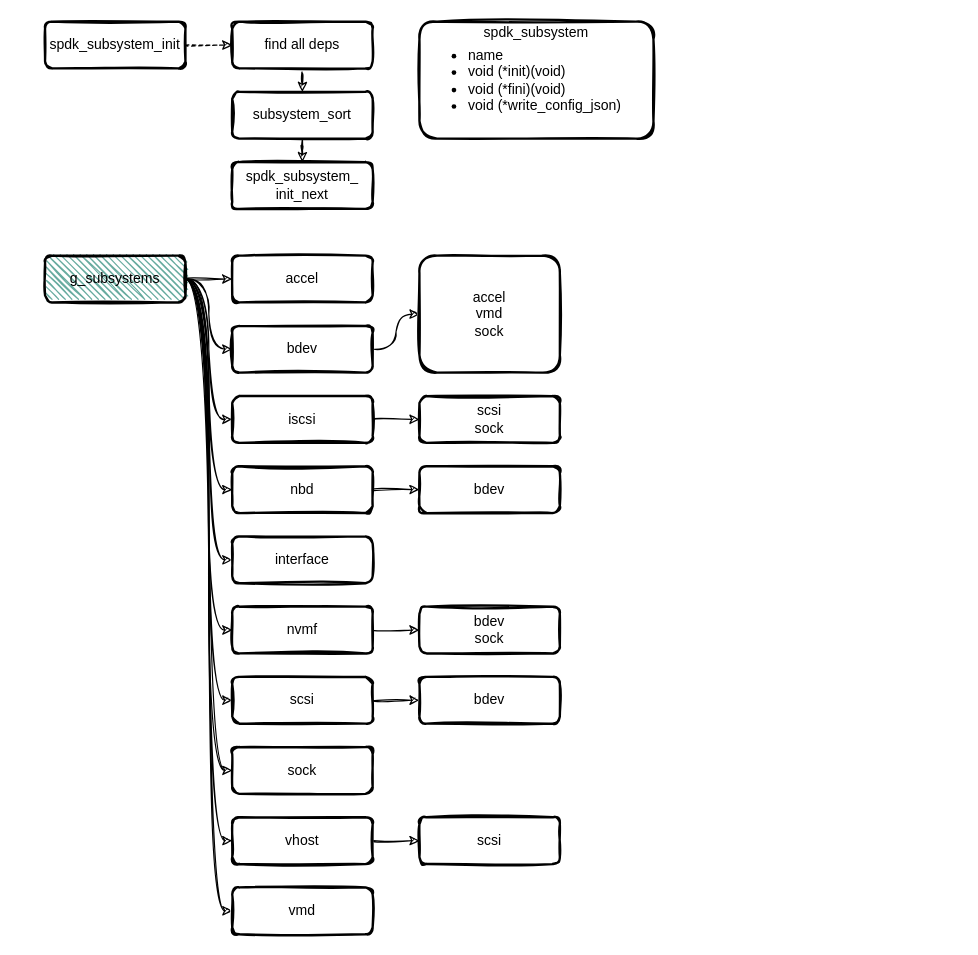
Before: page "subsystem" (5 of 5) of spdk/spdk.drawio in EarthWind/deeparch, a draw.io diagram. Source tidied: cells renumbered, new cells numbered last; positions are measured from the earlier drawing's top-left corner, leaving out a move shared by most shapes. Both pictures are drawn from the tidied source at 117%, with x=0, y=0 at pixel (44, 21).
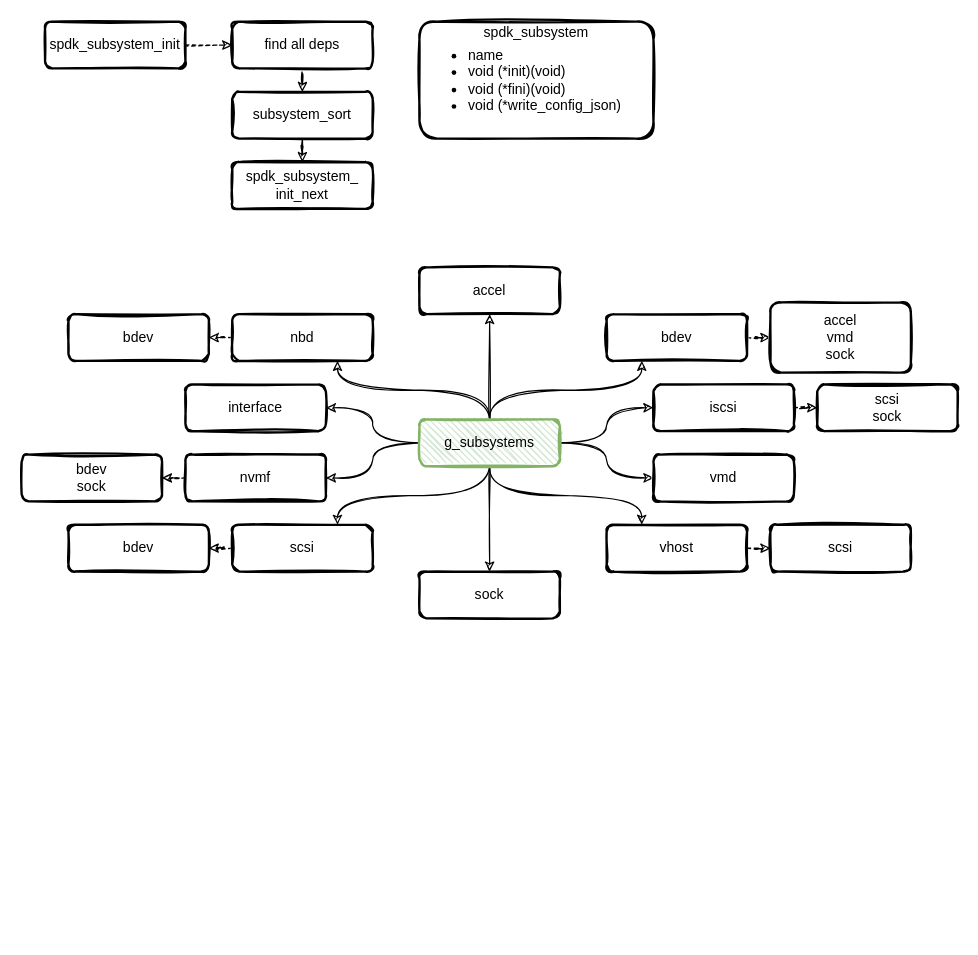
After the change.

The edit, as a diff of the source:
```diff
@@
-    <mxCell id="12" style="edgeStyle=orthogonalEdgeStyle;curved=1;rounded=0;sketch=1;jettySize=auto;html=1;fontSize=12;fontColor=#000000;" parent="1" edge="1" source="22" target="23">
-      <mxGeometry relative="1" as="geometry" />
-    </mxCell>
-    <mxCell id="13" style="edgeStyle=orthogonalEdgeStyle;curved=1;rounded=0;sketch=1;jettySize=auto;html=1;entryX=0;entryY=0.5;entryDx=0;entryDy=0;fontSize=12;fontColor=#000000;" parent="1" edge="1" source="22" target="25">
-      <mxGeometry relative="1" as="geometry" />
-    </mxCell>
-    <mxCell id="14" style="edgeStyle=orthogonalEdgeStyle;curved=1;rounded=0;sketch=1;jettySize=auto;html=1;entryX=0;entryY=0.5;entryDx=0;entryDy=0;fontSize=12;fontColor=#000000;" parent="1" edge="1" source="22" target="27">
-      <mxGeometry relative="1" as="geometry" />
-    </mxCell>
-    <mxCell id="15" style="edgeStyle=orthogonalEdgeStyle;curved=1;rounded=0;sketch=1;jettySize=auto;html=1;entryX=0;entryY=0.5;entryDx=0;entryDy=0;fontSize=12;fontColor=#000000;" parent="1" edge="1" source="22" target="31">
-      <mxGeometry relative="1" as="geometry" />
-    </mxCell>
-    <mxCell id="16" style="edgeStyle=orthogonalEdgeStyle;curved=1;rounded=0;sketch=1;jettySize=auto;html=1;entryX=0;entryY=0.5;entryDx=0;entryDy=0;fontSize=12;fontColor=#000000;" parent="1" edge="1" source="22" target="33">
-      <mxGeometry relative="1" as="geometry" />
-    </mxCell>
-    <mxCell id="17" style="edgeStyle=orthogonalEdgeStyle;curved=1;rounded=0;sketch=1;jettySize=auto;html=1;entryX=0;entryY=0.5;entryDx=0;entryDy=0;fontSize=12;fontColor=#000000;" parent="1" edge="1" source="22" target="35">
-      <mxGeometry relative="1" as="geometry" />
-    </mxCell>
-    <mxCell id="18" style="edgeStyle=orthogonalEdgeStyle;curved=1;rounded=0;sketch=1;jettySize=auto;html=1;entryX=0;entryY=0.5;entryDx=0;entryDy=0;fontSize=12;fontColor=#000000;" parent="1" edge="1" source="22" target="38">
-      <mxGeometry relative="1" as="geometry" />
-    </mxCell>
-    <mxCell id="19" style="edgeStyle=orthogonalEdgeStyle;curved=1;rounded=0;sketch=1;jettySize=auto;html=1;entryX=0;entryY=0.5;entryDx=0;entryDy=0;fontSize=12;fontColor=#000000;" parent="1" edge="1" source="22" target="40">
+    <mxCell id="19" style="edgeStyle=orthogonalEdgeStyle;curved=1;rounded=0;sketch=1;jettySize=auto;html=1;entryX=0.5;entryY=0;entryDx=0;entryDy=0;startArrow=none;startFill=0;" parent="1" edge="1" source="22" target="40">
       <mxGeometry relative="1" as="geometry" />
     </mxCell>
-    <mxCell id="20" style="edgeStyle=orthogonalEdgeStyle;curved=1;rounded=0;sketch=1;jettySize=auto;html=1;entryX=0;entryY=0.5;entryDx=0;entryDy=0;fontSize=12;fontColor=#000000;" parent="1" edge="1" source="22" target="42">
+    <mxCell id="20" style="edgeStyle=orthogonalEdgeStyle;curved=1;rounded=0;sketch=1;jettySize=auto;html=1;entryX=0.25;entryY=0;entryDx=0;entryDy=0;startArrow=none;startFill=0;exitX=0.5;exitY=1;exitDx=0;exitDy=0;" parent="1" edge="1" source="22" target="42">
       <mxGeometry relative="1" as="geometry" />
     </mxCell>
+    <mxCell id="18" style="edgeStyle=orthogonalEdgeStyle;curved=1;rounded=0;sketch=1;jettySize=auto;html=1;entryX=0.75;entryY=0;entryDx=0;entryDy=0;startArrow=none;startFill=0;exitX=0.5;exitY=1;exitDx=0;exitDy=0;" parent="1" edge="1" source="22" target="38">
+      <mxGeometry relative="1" as="geometry" />
+    </mxCell>
-    <mxCell id="21" style="edgeStyle=orthogonalEdgeStyle;curved=1;rounded=0;sketch=1;jettySize=auto;html=1;entryX=0;entryY=0.5;entryDx=0;entryDy=0;fontSize=12;fontColor=#000000;" parent="1" edge="1" source="22" target="44">
+    <mxCell id="21" style="edgeStyle=orthogonalEdgeStyle;curved=1;rounded=0;sketch=1;jettySize=auto;html=1;entryX=0;entryY=0.5;entryDx=0;entryDy=0;startArrow=none;startFill=0;" parent="1" edge="1" source="22" target="44">
       <mxGeometry relative="1" as="geometry" />
     </mxCell>
+    <mxCell id="14" style="edgeStyle=orthogonalEdgeStyle;curved=1;rounded=0;sketch=1;jettySize=auto;html=1;entryX=0;entryY=0.5;entryDx=0;entryDy=0;startArrow=none;startFill=0;" parent="1" edge="1" source="22" target="27">
+      <mxGeometry relative="1" as="geometry" />
+    </mxCell>
+    <mxCell id="17" style="edgeStyle=orthogonalEdgeStyle;curved=1;rounded=0;sketch=1;jettySize=auto;html=1;entryX=1;entryY=0.5;entryDx=0;entryDy=0;startArrow=none;startFill=0;" parent="1" edge="1" source="22" target="35">
+      <mxGeometry relative="1" as="geometry" />
+    </mxCell>
+    <mxCell id="16" style="edgeStyle=orthogonalEdgeStyle;curved=1;rounded=0;sketch=1;jettySize=auto;html=1;entryX=1;entryY=0.5;entryDx=0;entryDy=0;startArrow=none;startFill=0;" parent="1" edge="1" source="22" target="33">
+      <mxGeometry relative="1" as="geometry" />
+    </mxCell>
+    <mxCell id="13" style="edgeStyle=orthogonalEdgeStyle;curved=1;rounded=0;sketch=1;jettySize=auto;html=1;entryX=0.25;entryY=1;entryDx=0;entryDy=0;startArrow=none;startFill=0;exitX=0.5;exitY=0;exitDx=0;exitDy=0;" parent="1" edge="1" source="22" target="25">
+      <mxGeometry relative="1" as="geometry" />
+    </mxCell>
+    <mxCell id="45" style="edgeStyle=orthogonalEdgeStyle;curved=1;rounded=0;sketch=1;jettySize=auto;html=1;entryX=0.75;entryY=1;entryDx=0;entryDy=0;startArrow=none;startFill=0;exitX=0.5;exitY=0;exitDx=0;exitDy=0;" parent="1" edge="1" source="22" target="32">
+      <mxGeometry relative="1" as="geometry" />
+    </mxCell>
+    <mxCell id="12" style="edgeStyle=orthogonalEdgeStyle;curved=1;rounded=0;sketch=1;jettySize=auto;html=1;entryX=0.5;entryY=1;entryDx=0;entryDy=0;startArrow=none;startFill=0;" parent="1" edge="1" source="22" target="23">
+      <mxGeometry relative="1" as="geometry" />
+    </mxCell>
-    <mxCell id="22" value="g_subsystems" style="rounded=1;whiteSpace=wrap;html=1;strokeWidth=2;fillWeight=1;hachureGap=4;hachureAngle=45;sketch=1;fillColor=#67AB9F;" parent="1" vertex="1">
-      <mxGeometry y="200" width="120" height="40" as="geometry" />
+    <mxCell id="22" value="g_subsystems" style="rounded=1;whiteSpace=wrap;html=1;strokeWidth=2;fillWeight=1;hachureGap=4;hachureAngle=45;sketch=1;fillColor=#d5e8d4;strokeColor=#82b366;" parent="1" vertex="1">
+      <mxGeometry x="320" y="340" width="120" height="40" as="geometry" />
     </mxCell>
     <mxCell id="23" value="&lt;font face=&quot;helvetica&quot;&gt;accel&lt;/font&gt;" style="rounded=1;whiteSpace=wrap;html=1;strokeWidth=2;fillWeight=4;hachureGap=8;hachureAngle=45;sketch=1;fillColor=#FFFFFF;" parent="1" vertex="1">
-      <mxGeometry x="160" y="200" width="120" height="40" as="geometry" />
+      <mxGeometry x="320" y="210" width="120" height="40" as="geometry" />
     </mxCell>
-    <mxCell id="24" style="edgeStyle=orthogonalEdgeStyle;curved=1;rounded=0;sketch=1;jettySize=auto;html=1;fontSize=12;fontColor=#000000;" parent="1" edge="1" source="25" target="28">
+    <mxCell id="24" style="edgeStyle=orthogonalEdgeStyle;curved=1;rounded=0;sketch=1;jettySize=auto;html=1;fontSize=12;fontColor=#000000;dashed=1;" parent="1" edge="1" source="25" target="28">
       <mxGeometry relative="1" as="geometry" />
     </mxCell>
     <mxCell id="25" value="&lt;font face=&quot;helvetica&quot;&gt;bdev&lt;/font&gt;" style="rounded=1;whiteSpace=wrap;html=1;strokeWidth=2;fillWeight=4;hachureGap=8;hachureAngle=45;sketch=1;fillColor=#FFFFFF;" parent="1" vertex="1">
-      <mxGeometry x="160" y="260" width="120" height="40" as="geometry" />
+      <mxGeometry x="480" y="250" width="120" height="40" as="geometry" />
     </mxCell>
-    <mxCell id="26" style="edgeStyle=orthogonalEdgeStyle;curved=1;rounded=0;sketch=1;jettySize=auto;html=1;entryX=0;entryY=0.5;entryDx=0;entryDy=0;fontSize=12;fontColor=#000000;" parent="1" edge="1" source="27" target="29">
+    <mxCell id="26" style="edgeStyle=orthogonalEdgeStyle;curved=1;rounded=0;sketch=1;jettySize=auto;html=1;entryX=0;entryY=0.5;entryDx=0;entryDy=0;fontSize=12;fontColor=#000000;dashed=1;" parent="1" edge="1" source="27" target="29">
       <mxGeometry relative="1" as="geometry" />
     </mxCell>
     <mxCell id="27" value="&lt;font face=&quot;helvetica&quot;&gt;iscsi&lt;/font&gt;" style="rounded=1;whiteSpace=wrap;html=1;strokeWidth=2;fillWeight=4;hachureGap=8;hachureAngle=45;sketch=1;fillColor=#FFFFFF;" parent="1" vertex="1">
-      <mxGeometry x="160" y="320" width="120" height="40" as="geometry" />
+      <mxGeometry x="520" y="310" width="120" height="40" as="geometry" />
     </mxCell>
     <mxCell id="28" value="accel&lt;br&gt;vmd&lt;br&gt;sock" style="rounded=1;whiteSpace=wrap;html=1;strokeWidth=2;fillWeight=4;hachureGap=8;hachureAngle=45;sketch=1;fillColor=#FFFFFF;" parent="1" vertex="1">
-      <mxGeometry x="320" y="200" width="120" height="100" as="geometry" />
+      <mxGeometry x="620" y="240" width="120" height="60" as="geometry" />
     </mxCell>
     <mxCell id="29" value="scsi&lt;br&gt;sock" style="rounded=1;whiteSpace=wrap;html=1;strokeWidth=2;fillWeight=4;hachureGap=8;hachureAngle=45;sketch=1;fillColor=#FFFFFF;" parent="1" vertex="1">
-      <mxGeometry x="320" y="320" width="120" height="40" as="geometry" />
+      <mxGeometry x="660" y="310" width="120" height="40" as="geometry" />
     </mxCell>
-    <mxCell id="30" style="edgeStyle=orthogonalEdgeStyle;curved=1;rounded=0;sketch=1;jettySize=auto;html=1;fontSize=12;fontColor=#000000;" parent="1" edge="1" source="31" target="32">
-      <mxGeometry relative="1" as="geometry" />
-    </mxCell>
-    <mxCell id="31" value="&lt;font face=&quot;helvetica&quot;&gt;nbd&lt;/font&gt;" style="rounded=1;whiteSpace=wrap;html=1;strokeWidth=2;fillWeight=4;hachureGap=8;hachureAngle=45;sketch=1;fillColor=#FFFFFF;" parent="1" vertex="1">
-      <mxGeometry x="160" y="380" width="120" height="40" as="geometry" />
+    <mxCell id="31" value="&lt;font face=&quot;helvetica&quot;&gt;bdev&lt;/font&gt;" style="rounded=1;whiteSpace=wrap;html=1;strokeWidth=2;fillWeight=4;hachureGap=8;hachureAngle=45;sketch=1;fillColor=#FFFFFF;" parent="1" vertex="1">
+      <mxGeometry x="20" y="250" width="120" height="40" as="geometry" />
     </mxCell>
+    <mxCell id="46" style="edgeStyle=orthogonalEdgeStyle;curved=1;rounded=0;sketch=1;jettySize=auto;html=1;startArrow=none;startFill=0;dashed=1;" parent="1" edge="1" source="32" target="31">
+      <mxGeometry relative="1" as="geometry" />
+    </mxCell>
-    <mxCell id="32" value="&lt;font face=&quot;helvetica&quot;&gt;bdev&lt;/font&gt;" style="rounded=1;whiteSpace=wrap;html=1;strokeWidth=2;fillWeight=4;hachureGap=8;hachureAngle=45;sketch=1;fillColor=#FFFFFF;" parent="1" vertex="1">
-      <mxGeometry x="320" y="380" width="120" height="40" as="geometry" />
+    <mxCell id="32" value="&lt;font face=&quot;helvetica&quot;&gt;nbd&lt;/font&gt;" style="rounded=1;whiteSpace=wrap;html=1;strokeWidth=2;fillWeight=4;hachureGap=8;hachureAngle=45;sketch=1;fillColor=#FFFFFF;" parent="1" vertex="1">
+      <mxGeometry x="160" y="250" width="120" height="40" as="geometry" />
     </mxCell>
     <mxCell id="33" value="interface" style="rounded=1;whiteSpace=wrap;html=1;strokeWidth=2;fillWeight=4;hachureGap=8;hachureAngle=45;sketch=1;fillColor=#FFFFFF;" parent="1" vertex="1">
-      <mxGeometry x="160" y="440" width="120" height="40" as="geometry" />
+      <mxGeometry x="120" y="310" width="120" height="40" as="geometry" />
     </mxCell>
-    <mxCell id="34" style="edgeStyle=orthogonalEdgeStyle;curved=1;rounded=0;sketch=1;jettySize=auto;html=1;entryX=0;entryY=0.5;entryDx=0;entryDy=0;fontSize=12;fontColor=#000000;" parent="1" edge="1" source="35" target="36">
+    <mxCell id="34" style="edgeStyle=orthogonalEdgeStyle;curved=1;rounded=0;sketch=1;jettySize=auto;html=1;entryX=1;entryY=0.5;entryDx=0;entryDy=0;fontSize=12;fontColor=#000000;dashed=1;" parent="1" edge="1" source="35" target="36">
       <mxGeometry relative="1" as="geometry" />
     </mxCell>
     <mxCell id="35" value="nvmf" style="rounded=1;whiteSpace=wrap;html=1;strokeWidth=2;fillWeight=4;hachureGap=8;hachureAngle=45;sketch=1;fillColor=#FFFFFF;" parent="1" vertex="1">
-      <mxGeometry x="160" y="500" width="120" height="40" as="geometry" />
+      <mxGeometry x="120" y="370" width="120" height="40" as="geometry" />
     </mxCell>
     <mxCell id="36" value="bdev&lt;br&gt;sock" style="rounded=1;whiteSpace=wrap;html=1;strokeWidth=2;fillWeight=4;hachureGap=8;hachureAngle=45;sketch=1;fillColor=#FFFFFF;" parent="1" vertex="1">
-      <mxGeometry x="320" y="500" width="120" height="40" as="geometry" />
+      <mxGeometry x="-20" y="370" width="120" height="40" as="geometry" />
     </mxCell>
-    <mxCell id="37" style="edgeStyle=orthogonalEdgeStyle;curved=1;rounded=0;sketch=1;jettySize=auto;html=1;entryX=0;entryY=0.5;entryDx=0;entryDy=0;fontSize=12;fontColor=#000000;" parent="1" edge="1" source="38" target="39">
+    <mxCell id="37" style="edgeStyle=orthogonalEdgeStyle;curved=1;rounded=0;sketch=1;jettySize=auto;html=1;entryX=1;entryY=0.5;entryDx=0;entryDy=0;startArrow=none;startFill=0;dashed=1;" parent="1" edge="1" source="38" target="39">
       <mxGeometry relative="1" as="geometry" />
     </mxCell>
     <mxCell id="38" value="scsi" style="rounded=1;whiteSpace=wrap;html=1;strokeWidth=2;fillWeight=4;hachureGap=8;hachureAngle=45;sketch=1;fillColor=#FFFFFF;" parent="1" vertex="1">
-      <mxGeometry x="160" y="560" width="120" height="40" as="geometry" />
+      <mxGeometry x="160" y="430" width="120" height="40" as="geometry" />
     </mxCell>
     <mxCell id="39" value="&lt;font face=&quot;helvetica&quot;&gt;bdev&lt;/font&gt;" style="rounded=1;whiteSpace=wrap;html=1;strokeWidth=2;fillWeight=4;hachureGap=8;hachureAngle=45;sketch=1;fillColor=#FFFFFF;" parent="1" vertex="1">
-      <mxGeometry x="320" y="560" width="120" height="40" as="geometry" />
+      <mxGeometry x="20" y="430" width="120" height="40" as="geometry" />
     </mxCell>
     <mxCell id="40" value="sock" style="rounded=1;whiteSpace=wrap;html=1;strokeWidth=2;fillWeight=4;hachureGap=8;hachureAngle=45;sketch=1;fillColor=#FFFFFF;" parent="1" vertex="1">
-      <mxGeometry x="160" y="620" width="120" height="40" as="geometry" />
+      <mxGeometry x="320" y="470" width="120" height="40" as="geometry" />
     </mxCell>
-    <mxCell id="41" style="edgeStyle=orthogonalEdgeStyle;curved=1;rounded=0;sketch=1;jettySize=auto;html=1;entryX=0;entryY=0.5;entryDx=0;entryDy=0;fontSize=12;fontColor=#000000;" parent="1" edge="1" source="42" target="43">
+    <mxCell id="41" style="edgeStyle=orthogonalEdgeStyle;curved=1;rounded=0;sketch=1;jettySize=auto;html=1;entryX=0;entryY=0.5;entryDx=0;entryDy=0;fontSize=12;fontColor=#000000;dashed=1;" parent="1" edge="1" source="42" target="43">
       <mxGeometry relative="1" as="geometry" />
     </mxCell>
     <mxCell id="42" value="vhost" style="rounded=1;whiteSpace=wrap;html=1;strokeWidth=2;fillWeight=4;hachureGap=8;hachureAngle=45;sketch=1;fillColor=#FFFFFF;" parent="1" vertex="1">
-      <mxGeometry x="160" y="680" width="120" height="40" as="geometry" />
+      <mxGeometry x="480" y="430" width="120" height="40" as="geometry" />
     </mxCell>
     <mxCell id="43" value="scsi" style="rounded=1;whiteSpace=wrap;html=1;strokeWidth=2;fillWeight=4;hachureGap=8;hachureAngle=45;sketch=1;fillColor=#FFFFFF;" parent="1" vertex="1">
-      <mxGeometry x="320" y="680" width="120" height="40" as="geometry" />
+      <mxGeometry x="620" y="430" width="120" height="40" as="geometry" />
     </mxCell>
     <mxCell id="44" value="vmd" style="rounded=1;whiteSpace=wrap;html=1;strokeWidth=2;fillWeight=4;hachureGap=8;hachureAngle=45;sketch=1;fillColor=#FFFFFF;" parent="1" vertex="1">
-      <mxGeometry x="160" y="740" width="120" height="40" as="geometry" />
+      <mxGeometry x="520" y="370" width="120" height="40" as="geometry" />
     </mxCell>
```
